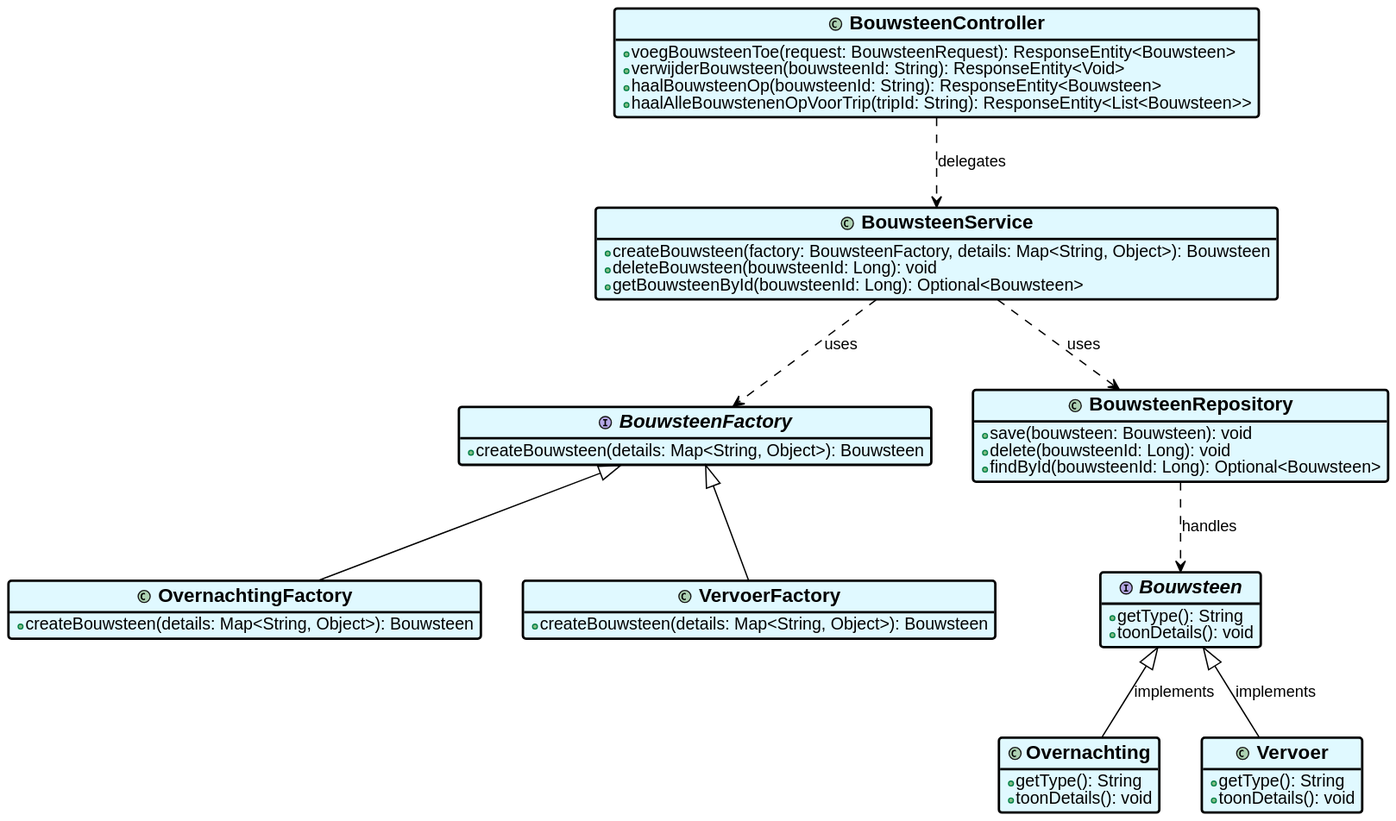
This is Bartu/Onderzoek/classDiagramOnderzoek-0.svg from AIM-ENE-feb25/triptop-dravende-dikdiks, a PlantUML export, as it was before one commit.
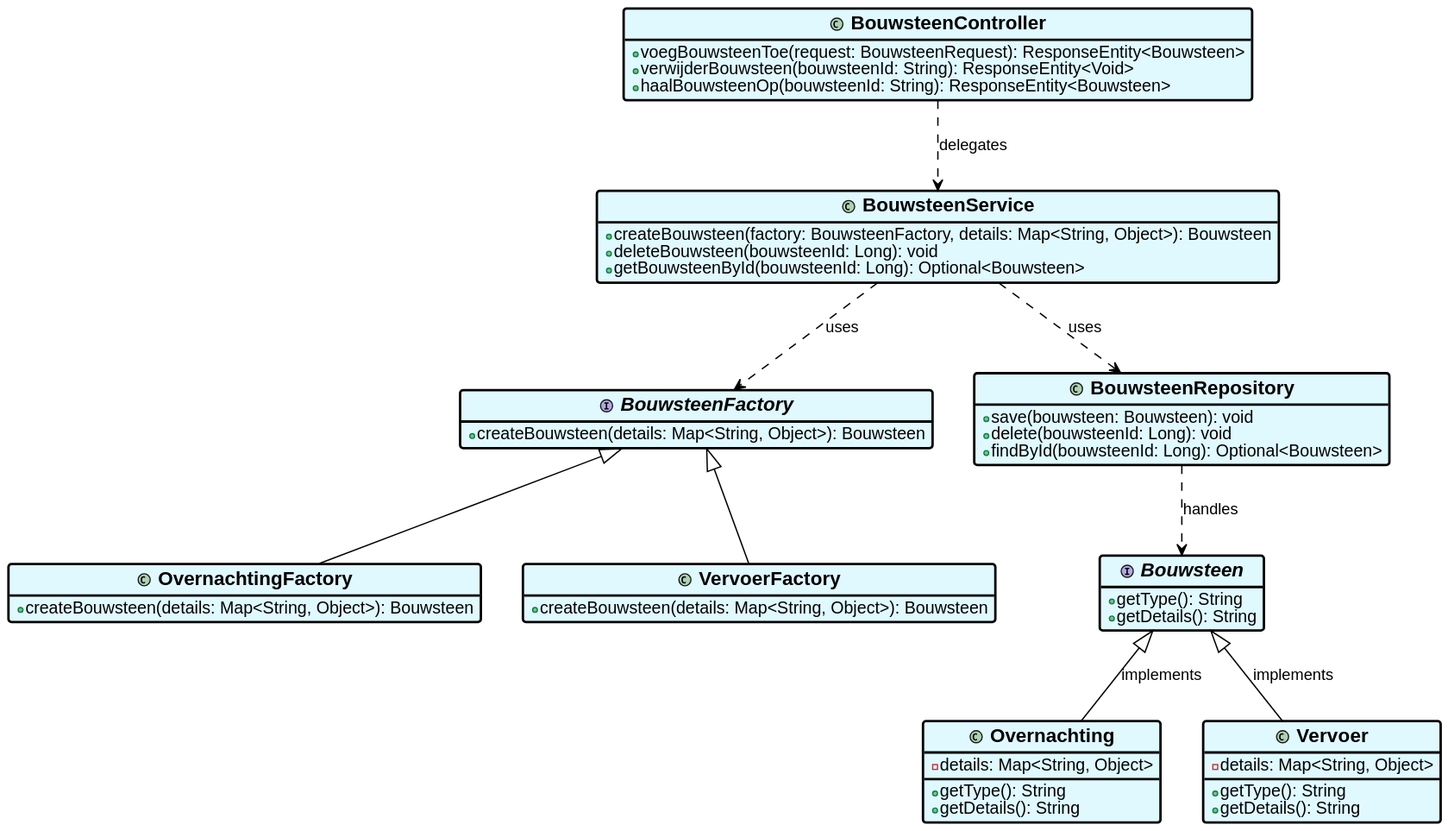
Above is the later version.

Diff of the diagram source:
```diff
@@ -17,7 +17,6 @@
     +voegBouwsteenToe(request: BouwsteenRequest): ResponseEntity<Bouwsteen>
     +verwijderBouwsteen(bouwsteenId: String): ResponseEntity<Void>
     +haalBouwsteenOp(bouwsteenId: String): ResponseEntity<Bouwsteen>
-    +haalAlleBouwstenenOpVoorTrip(tripId: String): ResponseEntity<List<Bouwsteen>>
 }
 
 class BouwsteenService {
@@ -34,17 +33,19 @@
 
 interface Bouwsteen {
     +getType(): String
-    +toonDetails(): void
+    +getDetails(): String
 }
 
 class Overnachting {
+    -details: Map<String, Object>
     +getType(): String
-    +toonDetails(): void
+    +getDetails(): String
 }
 
 class Vervoer {
+    -details: Map<String, Object>
     +getType(): String
-    +toonDetails(): void
+    +getDetails(): String
 }
 
 Bouwsteen <|-- Overnachting : implements
```
